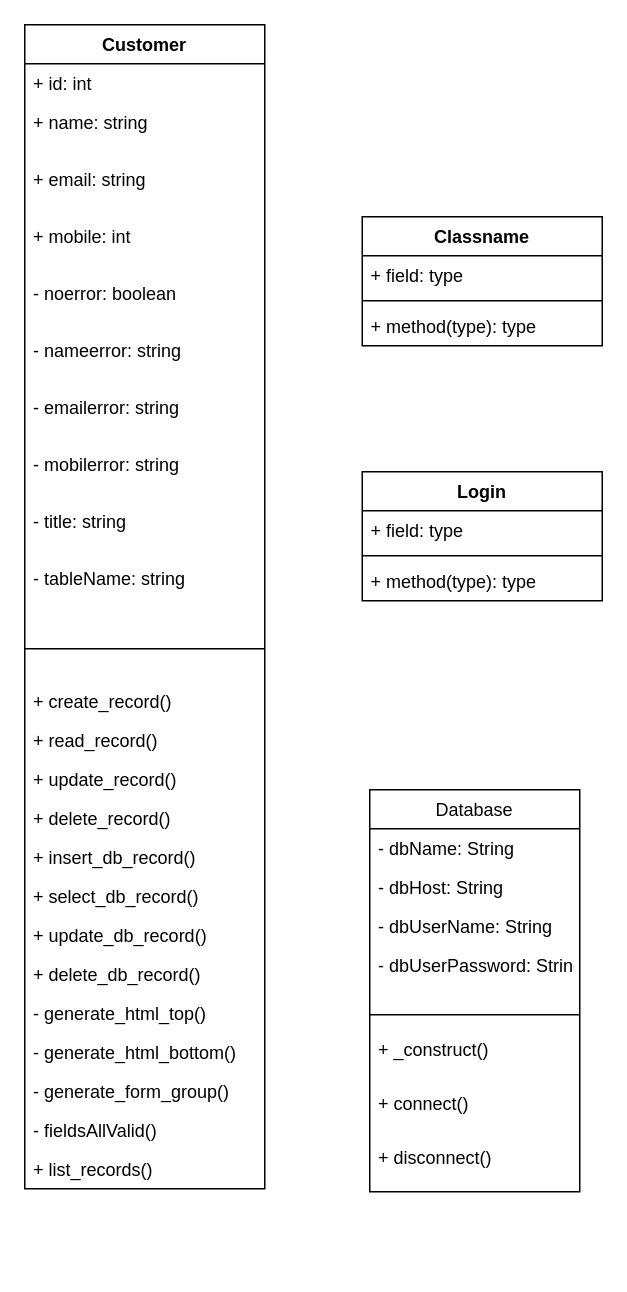
Above: UML.drawio in sabbi3267/login (draw.io), before the change. Source tidied: cells renumbered, new cells numbered last; positions are measured from the earlier drawing's top-left corner, leaving out a move shared by most shapes. Both pictures are drawn from the tidied source at 150%, with x=0, y=0 at pixel (24, 24).
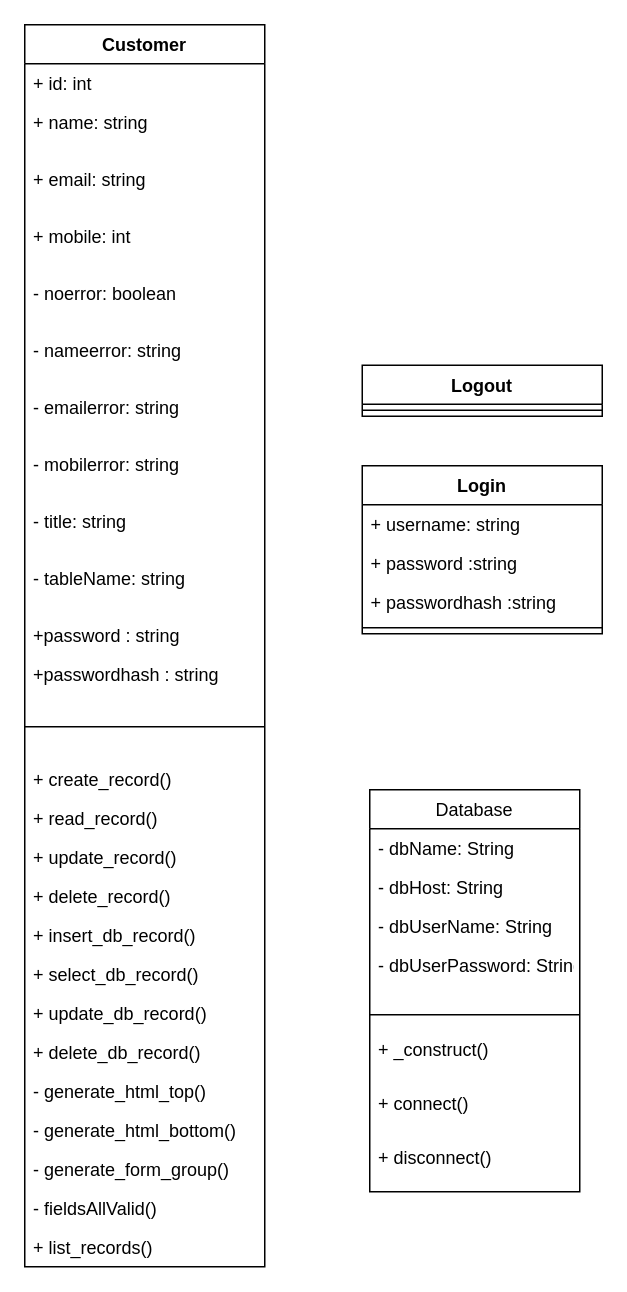
The same diagram, later.

What changed in the source:
```diff
@@
     <mxCell id="2" value="Customer" style="swimlane;fontStyle=1;align=center;verticalAlign=top;horizontal=1;startSize=26;" parent="1" vertex="1">
-      <mxGeometry width="160" height="776" as="geometry" />
+      <mxGeometry width="160" height="828" as="geometry" />
     </mxCell>
@@
+    <mxCell id="44" value="+password : string" style="text;strokeColor=none;fillColor=none;align=left;verticalAlign=top;spacingLeft=4;spacingRight=4;overflow=hidden;" parent="2" vertex="1">
+      <mxGeometry y="394" width="160" height="26" as="geometry" />
+    </mxCell>
+    <mxCell id="45" value="+passwordhash : string" style="text;strokeColor=none;fillColor=none;align=left;verticalAlign=top;spacingLeft=4;spacingRight=4;overflow=hidden;" parent="2" vertex="1">
+      <mxGeometry y="420" width="160" height="26" as="geometry" />
+    </mxCell>
     <mxCell id="13" style="line;strokeWidth=1;fillColor=none;align=left;verticalAlign=middle;spacingTop=-1;spacingLeft=3;spacingRight=3;labelPosition=right;" parent="2" vertex="1">
-      <mxGeometry y="394" width="160" height="44" as="geometry" />
+      <mxGeometry y="446" width="160" height="44" as="geometry" />
     </mxCell>
     <mxCell id="14" value="+ create_record()" style="text;strokeColor=none;fillColor=none;align=left;verticalAlign=top;spacingLeft=4;spacingRight=4;overflow=hidden;" parent="2" vertex="1">
-      <mxGeometry y="438" width="160" height="26" as="geometry" />
+      <mxGeometry y="490" width="160" height="26" as="geometry" />
     </mxCell>
     <mxCell id="15" value="+ read_record()" style="text;strokeColor=none;fillColor=none;align=left;verticalAlign=top;spacingLeft=4;spacingRight=4;overflow=hidden;" parent="2" vertex="1">
-      <mxGeometry y="464" width="160" height="26" as="geometry" />
+      <mxGeometry y="516" width="160" height="26" as="geometry" />
     </mxCell>
     <mxCell id="16" value="+ update_record()" style="text;strokeColor=none;fillColor=none;align=left;verticalAlign=top;spacingLeft=4;spacingRight=4;overflow=hidden;" parent="2" vertex="1">
-      <mxGeometry y="490" width="160" height="26" as="geometry" />
+      <mxGeometry y="542" width="160" height="26" as="geometry" />
     </mxCell>
     <mxCell id="17" value="+ delete_record()" style="text;strokeColor=none;fillColor=none;align=left;verticalAlign=top;spacingLeft=4;spacingRight=4;overflow=hidden;" parent="2" vertex="1">
-      <mxGeometry y="516" width="160" height="26" as="geometry" />
+      <mxGeometry y="568" width="160" height="26" as="geometry" />
     </mxCell>
     <mxCell id="18" value="+ insert_db_record()" style="text;strokeColor=none;fillColor=none;align=left;verticalAlign=top;spacingLeft=4;spacingRight=4;overflow=hidden;" parent="2" vertex="1">
-      <mxGeometry y="542" width="160" height="26" as="geometry" />
+      <mxGeometry y="594" width="160" height="26" as="geometry" />
     </mxCell>
     <mxCell id="19" value="+ select_db_record()" style="text;strokeColor=none;fillColor=none;align=left;verticalAlign=top;spacingLeft=4;spacingRight=4;overflow=hidden;" parent="2" vertex="1">
-      <mxGeometry y="568" width="160" height="26" as="geometry" />
+      <mxGeometry y="620" width="160" height="26" as="geometry" />
     </mxCell>
     <mxCell id="20" value="+ update_db_record()" style="text;strokeColor=none;fillColor=none;align=left;verticalAlign=top;spacingLeft=4;spacingRight=4;overflow=hidden;" parent="2" vertex="1">
-      <mxGeometry y="594" width="160" height="26" as="geometry" />
+      <mxGeometry y="646" width="160" height="26" as="geometry" />
     </mxCell>
     <mxCell id="21" value="+ delete_db_record()" style="text;strokeColor=none;fillColor=none;align=left;verticalAlign=top;spacingLeft=4;spacingRight=4;overflow=hidden;" parent="2" vertex="1">
-      <mxGeometry y="620" width="160" height="26" as="geometry" />
+      <mxGeometry y="672" width="160" height="26" as="geometry" />
     </mxCell>
     <mxCell id="22" value="- generate_html_top()" style="text;strokeColor=none;fillColor=none;align=left;verticalAlign=top;spacingLeft=4;spacingRight=4;overflow=hidden;" parent="2" vertex="1">
-      <mxGeometry y="646" width="160" height="26" as="geometry" />
+      <mxGeometry y="698" width="160" height="26" as="geometry" />
     </mxCell>
     <mxCell id="23" value="- generate_html_bottom()" style="text;strokeColor=none;fillColor=none;align=left;verticalAlign=top;spacingLeft=4;spacingRight=4;overflow=hidden;" parent="2" vertex="1">
-      <mxGeometry y="672" width="160" height="26" as="geometry" />
+      <mxGeometry y="724" width="160" height="26" as="geometry" />
     </mxCell>
     <mxCell id="24" value="- generate_form_group()" style="text;strokeColor=none;fillColor=none;align=left;verticalAlign=top;spacingLeft=4;spacingRight=4;overflow=hidden;" parent="2" vertex="1">
-      <mxGeometry y="698" width="160" height="26" as="geometry" />
+      <mxGeometry y="750" width="160" height="26" as="geometry" />
     </mxCell>
     <mxCell id="25" value="- fieldsAllValid()" style="text;strokeColor=none;fillColor=none;align=left;verticalAlign=top;spacingLeft=4;spacingRight=4;overflow=hidden;" parent="2" vertex="1">
-      <mxGeometry y="724" width="160" height="26" as="geometry" />
+      <mxGeometry y="776" width="160" height="26" as="geometry" />
     </mxCell>
     <mxCell id="26" value="+ list_records()" style="text;strokeColor=none;fillColor=none;align=left;verticalAlign=top;spacingLeft=4;spacingRight=4;overflow=hidden;" parent="2" vertex="1">
-      <mxGeometry y="750" width="160" height="26" as="geometry" />
+      <mxGeometry y="802" width="160" height="26" as="geometry" />
     </mxCell>
@@
     <mxCell id="36" value="Login" style="swimlane;fontStyle=1;align=center;verticalAlign=top;horizontal=1;startSize=26;" parent="1" vertex="1">
-      <mxGeometry x="225" y="298" width="160" height="86" as="geometry" />
+      <mxGeometry x="225" y="294" width="160" height="112" as="geometry" />
     </mxCell>
-    <mxCell id="37" value="+ field: type" style="text;strokeColor=none;fillColor=none;align=left;verticalAlign=top;spacingLeft=4;spacingRight=4;overflow=hidden;" parent="36" vertex="1">
+    <mxCell id="37" value="+ username: string" style="text;strokeColor=none;fillColor=none;align=left;verticalAlign=top;spacingLeft=4;spacingRight=4;overflow=hidden;" parent="36" vertex="1">
       <mxGeometry y="26" width="160" height="26" as="geometry" />
     </mxCell>
+    <mxCell id="39" value="+ password :string&#10;" style="text;strokeColor=none;fillColor=none;align=left;verticalAlign=top;spacingLeft=4;spacingRight=4;overflow=hidden;" parent="36" vertex="1">
+      <mxGeometry y="52" width="160" height="26" as="geometry" />
+    </mxCell>
+    <mxCell id="46" value="+ passwordhash :string&#10;" style="text;strokeColor=none;fillColor=none;align=left;verticalAlign=top;spacingLeft=4;spacingRight=4;overflow=hidden;" parent="36" vertex="1">
+      <mxGeometry y="78" width="160" height="26" as="geometry" />
+    </mxCell>
     <mxCell id="38" style="line;strokeWidth=1;fillColor=none;align=left;verticalAlign=middle;spacingTop=-1;spacingLeft=3;spacingRight=3;labelPosition=right;" parent="36" vertex="1">
-      <mxGeometry y="52" width="160" height="8" as="geometry" />
+      <mxGeometry y="104" width="160" height="8" as="geometry" />
     </mxCell>
-    <mxCell id="39" value="+ method(type): type" style="text;strokeColor=none;fillColor=none;align=left;verticalAlign=top;spacingLeft=4;spacingRight=4;overflow=hidden;" parent="36" vertex="1">
-      <mxGeometry y="60" width="160" height="26" as="geometry" />
-    </mxCell>
-    <mxCell id="40" value="Classname" style="swimlane;fontStyle=1;align=center;verticalAlign=top;horizontal=1;startSize=26;" parent="1" vertex="1">
-      <mxGeometry x="225" y="128" width="160" height="86" as="geometry" />
+    <mxCell id="40" value="Logout" style="swimlane;fontStyle=1;align=center;verticalAlign=top;horizontal=1;startSize=26;" parent="1" vertex="1">
+      <mxGeometry x="225" y="227" width="160" height="34" as="geometry" />
     </mxCell>
-    <mxCell id="41" value="+ field: type" style="text;strokeColor=none;fillColor=none;align=left;verticalAlign=top;spacingLeft=4;spacingRight=4;overflow=hidden;" parent="40" vertex="1">
-      <mxGeometry y="26" width="160" height="26" as="geometry" />
-    </mxCell>
     <mxCell id="42" style="line;strokeWidth=1;fillColor=none;align=left;verticalAlign=middle;spacingTop=-1;spacingLeft=3;spacingRight=3;labelPosition=right;" parent="40" vertex="1">
-      <mxGeometry y="52" width="160" height="8" as="geometry" />
+      <mxGeometry y="26" width="160" height="8" as="geometry" />
     </mxCell>
-    <mxCell id="43" value="+ method(type): type" style="text;strokeColor=none;fillColor=none;align=left;verticalAlign=top;spacingLeft=4;spacingRight=4;overflow=hidden;" parent="40" vertex="1">
-      <mxGeometry y="60" width="160" height="26" as="geometry" />
-    </mxCell>
```
